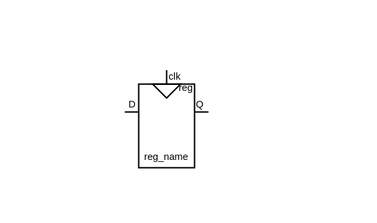
Earlier version of the draw.io export .pic/Basic Verilog structures/registers/fig_01.drawio.svg (MPSU/APS). Source tidied: cells renumbered, new cells last; positions are measured from the earlier drawing's top-left corner, leaving out a move shared by most shapes. Source of this version:
```xml
<mxGraphModel>
  <root>
    <mxCell id="0" />
    <mxCell id="1" parent="0" />
    <mxCell id="2" style="rounded=0;whiteSpace=wrap;html=1;labelBackgroundColor=#CB9EFF;fontSize=7;fillColor=#FFFFFF;fontColor=#333333;strokeColor=none;" parent="1" vertex="1">
      <mxGeometry x="0.5" width="269.5" height="160" as="geometry" />
    </mxCell>
    <mxCell id="3" value="&lt;font style=&quot;font-size: 7px;&quot;&gt;reg_name&lt;/font&gt;" style="rounded=0;whiteSpace=wrap;html=1;verticalAlign=bottom;spacingBottom=0;fillColor=none;" parent="1" vertex="1">
      <mxGeometry x="100" y="60" width="40" height="60" as="geometry" />
    </mxCell>
    <mxCell id="4" value="reg" style="text;html=1;strokeColor=none;fillColor=none;align=center;verticalAlign=middle;whiteSpace=wrap;rounded=0;fontSize=7;" parent="1" vertex="1">
      <mxGeometry x="127" y="59" width="14" height="8" as="geometry" />
    </mxCell>
    <mxCell id="5" style="endArrow=none;html=1;rounded=0;fontSize=7;" parent="1" edge="1">
      <mxGeometry relative="1" as="geometry">
        <mxPoint x="100" y="80" as="sourcePoint" />
        <mxPoint x="90" y="80" as="targetPoint" />
      </mxGeometry>
    </mxCell>
    <mxCell id="6" style="endArrow=none;html=1;rounded=0;fontSize=7;" parent="1" edge="1">
      <mxGeometry relative="1" as="geometry">
        <mxPoint x="150" y="80" as="sourcePoint" />
        <mxPoint x="140" y="80" as="targetPoint" />
      </mxGeometry>
    </mxCell>
    <mxCell id="7" style="endArrow=none;html=1;rounded=0;fontSize=7;" parent="1" edge="1">
      <mxGeometry relative="1" as="geometry">
        <mxPoint x="120" y="60" as="sourcePoint" />
        <mxPoint x="120" y="50" as="targetPoint" />
      </mxGeometry>
    </mxCell>
    <mxCell id="8" style="triangle;whiteSpace=wrap;html=1;fontSize=7;rotation=90;fillColor=none;" parent="1" vertex="1">
      <mxGeometry x="115" y="55" width="10" height="20" as="geometry" />
    </mxCell>
    <mxCell id="9" value="D" style="text;html=1;strokeColor=none;fillColor=none;align=center;verticalAlign=middle;whiteSpace=wrap;rounded=0;fontSize=7;" parent="1" vertex="1">
      <mxGeometry x="93" y="70" width="5" height="10" as="geometry" />
    </mxCell>
    <mxCell id="10" value="Q" style="text;html=1;strokeColor=none;fillColor=none;align=center;verticalAlign=middle;whiteSpace=wrap;rounded=0;fontSize=7;" parent="1" vertex="1">
      <mxGeometry x="141" y="70" width="6" height="10" as="geometry" />
    </mxCell>
    <mxCell id="11" value="clk" style="text;html=1;strokeColor=none;fillColor=none;align=center;verticalAlign=middle;whiteSpace=wrap;rounded=0;fontSize=7;" parent="1" vertex="1">
      <mxGeometry x="121" y="50" width="10" height="10" as="geometry" />
    </mxCell>
  </root>
</mxGraphModel>
```
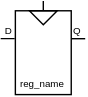
After the commit.

Change to the diagram source:
```diff
@@ -2,44 +2,34 @@
   <root>
     <mxCell id="0" />
     <mxCell id="1" parent="0" />
-    <mxCell id="2" style="rounded=0;whiteSpace=wrap;html=1;labelBackgroundColor=#CB9EFF;fontSize=7;fillColor=#FFFFFF;fontColor=#333333;strokeColor=none;" parent="1" vertex="1">
-      <mxGeometry x="0.5" width="269.5" height="160" as="geometry" />
+    <mxCell id="2" value="&lt;font style=&quot;font-size: 7px;&quot;&gt;reg_name&lt;/font&gt;" style="rounded=0;whiteSpace=wrap;html=1;verticalAlign=bottom;spacingBottom=0;fillColor=none;" parent="1" vertex="1">
+      <mxGeometry x="115.5" y="279" width="40" height="60" as="geometry" />
     </mxCell>
-    <mxCell id="3" value="&lt;font style=&quot;font-size: 7px;&quot;&gt;reg_name&lt;/font&gt;" style="rounded=0;whiteSpace=wrap;html=1;verticalAlign=bottom;spacingBottom=0;fillColor=none;" parent="1" vertex="1">
-      <mxGeometry x="100" y="60" width="40" height="60" as="geometry" />
+    <mxCell id="3" style="endArrow=none;html=1;rounded=0;fontSize=7;" parent="1" edge="1">
+      <mxGeometry relative="1" as="geometry">
+        <mxPoint x="165.5" y="299" as="sourcePoint" />
+        <mxPoint x="155.5" y="299" as="targetPoint" />
+      </mxGeometry>
     </mxCell>
-    <mxCell id="4" value="reg" style="text;html=1;strokeColor=none;fillColor=none;align=center;verticalAlign=middle;whiteSpace=wrap;rounded=0;fontSize=7;" parent="1" vertex="1">
-      <mxGeometry x="127" y="59" width="14" height="8" as="geometry" />
+    <mxCell id="4" style="edgeStyle=orthogonalEdgeStyle;rounded=0;jettySize=auto;html=1;exitX=0;exitY=0.5;exitDx=0;exitDy=0;endArrow=none;endFill=0;" parent="1" edge="1" source="5">
+      <mxGeometry relative="1" as="geometry">
+        <mxPoint x="135.5" y="272" as="targetPoint" />
+      </mxGeometry>
     </mxCell>
-    <mxCell id="5" style="endArrow=none;html=1;rounded=0;fontSize=7;" parent="1" edge="1">
-      <mxGeometry relative="1" as="geometry">
-        <mxPoint x="100" y="80" as="sourcePoint" />
-        <mxPoint x="90" y="80" as="targetPoint" />
-      </mxGeometry>
+    <mxCell id="5" style="triangle;whiteSpace=wrap;html=1;fontSize=7;rotation=90;fillColor=none;" parent="1" vertex="1">
+      <mxGeometry x="130.5" y="274" width="10" height="20" as="geometry" />
     </mxCell>
-    <mxCell id="6" style="endArrow=none;html=1;rounded=0;fontSize=7;" parent="1" edge="1">
-      <mxGeometry relative="1" as="geometry">
-        <mxPoint x="150" y="80" as="sourcePoint" />
-        <mxPoint x="140" y="80" as="targetPoint" />
-      </mxGeometry>
+    <mxCell id="6" value="Q" style="text;html=1;strokeColor=none;fillColor=none;align=center;verticalAlign=middle;whiteSpace=wrap;rounded=0;fontSize=7;" parent="1" vertex="1">
+      <mxGeometry x="156.5" y="289" width="6" height="10" as="geometry" />
     </mxCell>
-    <mxCell id="7" style="endArrow=none;html=1;rounded=0;fontSize=7;" parent="1" edge="1">
+    <mxCell id="7" style="edgeStyle=orthogonalEdgeStyle;rounded=0;orthogonalLoop=1;jettySize=auto;html=1;exitX=0;exitY=0.75;exitDx=0;exitDy=0;exitPerimeter=0;endArrow=none;endFill=0;" parent="1" edge="1">
       <mxGeometry relative="1" as="geometry">
-        <mxPoint x="120" y="60" as="sourcePoint" />
-        <mxPoint x="120" y="50" as="targetPoint" />
+        <mxPoint x="115" y="298.9" as="sourcePoint" />
+        <mxPoint x="105" y="298.9" as="targetPoint" />
       </mxGeometry>
     </mxCell>
-    <mxCell id="8" style="triangle;whiteSpace=wrap;html=1;fontSize=7;rotation=90;fillColor=none;" parent="1" vertex="1">
-      <mxGeometry x="115" y="55" width="10" height="20" as="geometry" />
+    <mxCell id="8" value="D" style="text;html=1;strokeColor=none;fillColor=none;align=center;verticalAlign=middle;whiteSpace=wrap;rounded=0;fontSize=7;" parent="1" vertex="1">
+      <mxGeometry x="107.5" y="289" width="6" height="10" as="geometry" />
     </mxCell>
-    <mxCell id="9" value="D" style="text;html=1;strokeColor=none;fillColor=none;align=center;verticalAlign=middle;whiteSpace=wrap;rounded=0;fontSize=7;" parent="1" vertex="1">
-      <mxGeometry x="93" y="70" width="5" height="10" as="geometry" />
-    </mxCell>
-    <mxCell id="10" value="Q" style="text;html=1;strokeColor=none;fillColor=none;align=center;verticalAlign=middle;whiteSpace=wrap;rounded=0;fontSize=7;" parent="1" vertex="1">
-      <mxGeometry x="141" y="70" width="6" height="10" as="geometry" />
-    </mxCell>
-    <mxCell id="11" value="clk" style="text;html=1;strokeColor=none;fillColor=none;align=center;verticalAlign=middle;whiteSpace=wrap;rounded=0;fontSize=7;" parent="1" vertex="1">
-      <mxGeometry x="121" y="50" width="10" height="10" as="geometry" />
-    </mxCell>
   </root>
 </mxGraphModel>
```
